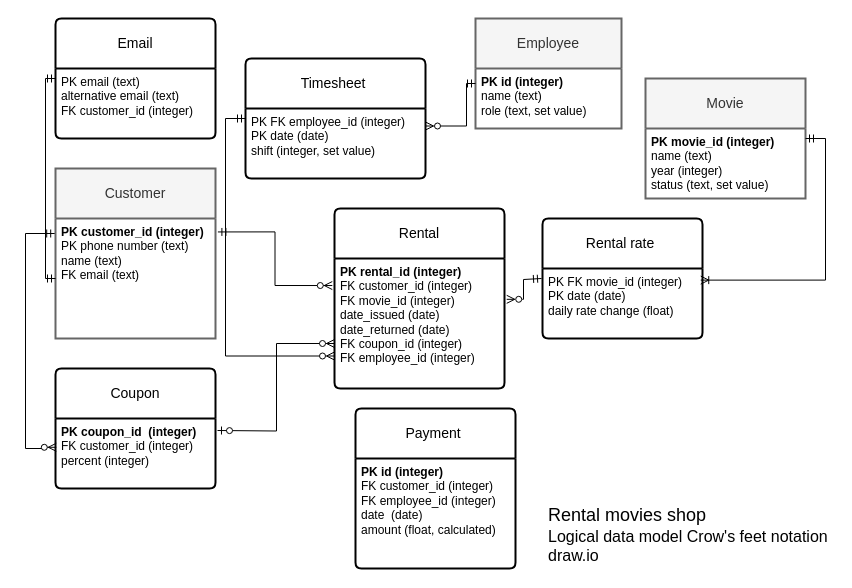
The draw.io diagram logical rental movie shop.drawio in boudzela/data_model_rental_movie_shop, before the edit. Source tidied: cells renumbered, new cells numbered last; positions are measured from the earlier drawing's top-left corner, leaving out a move shared by most shapes. Both pictures are drawn from the tidied source at 100%, with x=0, y=0 at pixel (25, 18).
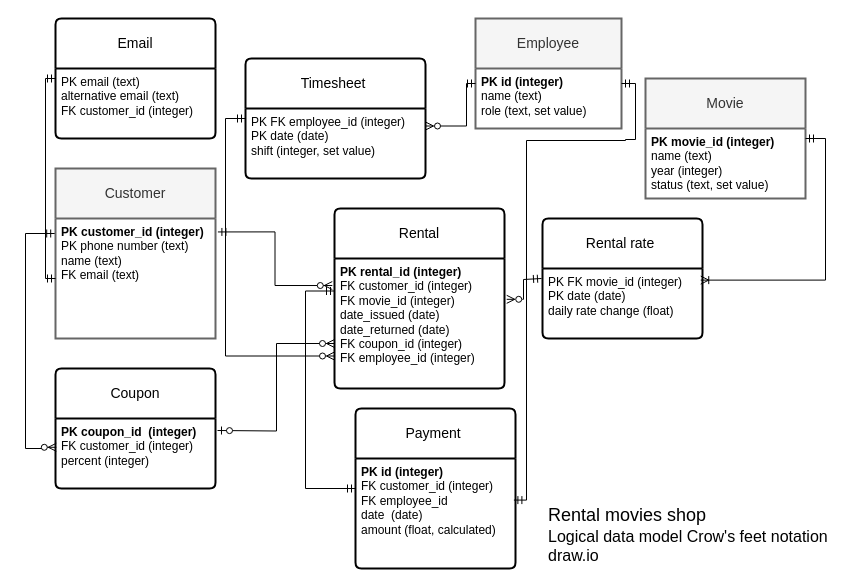
The same diagram, later.

The change refers to these unchanged cells:
```xml
<mxCell id="8" value="&lt;b&gt;PK rental_id (integer)&lt;/b&gt;&lt;br&gt;FK customer_id (integer)&lt;br&gt;FK movie_id (integer)&lt;div&gt;date_issued (date)&lt;/div&gt;&lt;div&gt;date_returned (date)&amp;nbsp;&amp;nbsp;&lt;/div&gt;&lt;div&gt;FK coupon_id (integer)&lt;/div&gt;&lt;div&gt;FK employee_id (integer)&lt;/div&gt;" style="align=left;strokeColor=none;fillColor=none;spacingLeft=4;spacingRight=4;fontSize=12;verticalAlign=top;html=1;whiteSpace=wrap;" parent="6" vertex="1">
  <mxGeometry y="50" width="170" height="130" as="geometry" />
</mxCell>
<mxCell id="21" value="&lt;b&gt;PK id (integer)&lt;/b&gt;&lt;div&gt;name (text)&lt;/div&gt;&lt;div&gt;role (text, set value)&lt;/div&gt;" style="align=left;strokeColor=none;fillColor=none;spacingLeft=4;spacingRight=4;fontSize=12;verticalAlign=top;html=1;whiteSpace=wrap;" parent="20" vertex="1">
  <mxGeometry y="50" width="146" height="60" as="geometry" />
</mxCell>
<mxCell id="24" value="Payment&amp;nbsp;" style="swimlane;horizontal=1;startSize=50;rounded=1;fontSize=14;fontStyle=0;strokeWidth=2;shadow=0;dashed=0;align=center;arcSize=4;whiteSpace=wrap;html=1;" parent="1" vertex="1">
  <mxGeometry x="330" y="390" width="160" height="160" as="geometry" />
</mxCell>
```

The edit, as a diff of the source:
```diff
@@
-    <mxCell id="25" value="&lt;b&gt;PK id (integer)&lt;/b&gt;&lt;div&gt;FK customer_id (integer)&lt;/div&gt;&lt;div&gt;FK employee_id&lt;span style=&quot;background-color: transparent; color: light-dark(rgb(0, 0, 0), rgb(255, 255, 255));&quot;&gt;&amp;nbsp;(integer)&lt;/span&gt;&lt;/div&gt;&lt;div&gt;date&amp;nbsp; (date)&lt;/div&gt;&lt;div&gt;amount (float, calculated)&lt;/div&gt;" style="align=left;strokeColor=none;fillColor=none;spacingLeft=4;spacingRight=4;fontSize=12;verticalAlign=top;html=1;whiteSpace=wrap;" parent="24" vertex="1">
+    <mxCell id="25" value="&lt;b&gt;PK id (integer)&lt;/b&gt;&lt;div&gt;FK customer_id (integer)&lt;/div&gt;&lt;div&gt;FK employee_id&amp;nbsp;&lt;/div&gt;&lt;div&gt;date&amp;nbsp; (date)&lt;/div&gt;&lt;div&gt;amount (float, calculated)&lt;/div&gt;" style="align=left;strokeColor=none;fillColor=none;spacingLeft=4;spacingRight=4;fontSize=12;verticalAlign=top;html=1;whiteSpace=wrap;" parent="24" vertex="1">
       <mxGeometry y="50" width="160" height="110" as="geometry" />
     </mxCell>
@@
+    <mxCell id="31" style="edgeStyle=orthogonalEdgeStyle;fontSize=12;html=1;endArrow=ERmandOne;startArrow=ERmandOne;rounded=0;entryX=0;entryY=0.5;entryDx=0;entryDy=0;startFill=0;exitX=0;exitY=0.25;exitDx=0;exitDy=0;" parent="1" edge="1" source="8" target="24">
+      <mxGeometry relative="1" as="geometry">
+        <Array as="points">
+          <mxPoint x="280" y="273" />
+          <mxPoint x="280" y="470" />
+        </Array>
+      </mxGeometry>
+    </mxCell>
+    <mxCell id="32" style="fontSize=12;html=1;endArrow=ERmandOne;startArrow=ERmandOne;rounded=0;startFill=0;entryX=0.99;entryY=0.378;entryDx=0;entryDy=0;edgeStyle=orthogonalEdgeStyle;entryPerimeter=0;exitX=1;exitY=0.25;exitDx=0;exitDy=0;" parent="1" edge="1" source="21" target="25">
+      <mxGeometry relative="1" as="geometry">
+        <Array as="points">
+          <mxPoint x="610" y="65" />
+          <mxPoint x="610" y="121" />
+          <mxPoint x="600" y="121" />
+          <mxPoint x="600" y="122" />
+          <mxPoint x="501" y="122" />
+          <mxPoint x="501" y="482" />
+        </Array>
+      </mxGeometry>
+    </mxCell>
```
